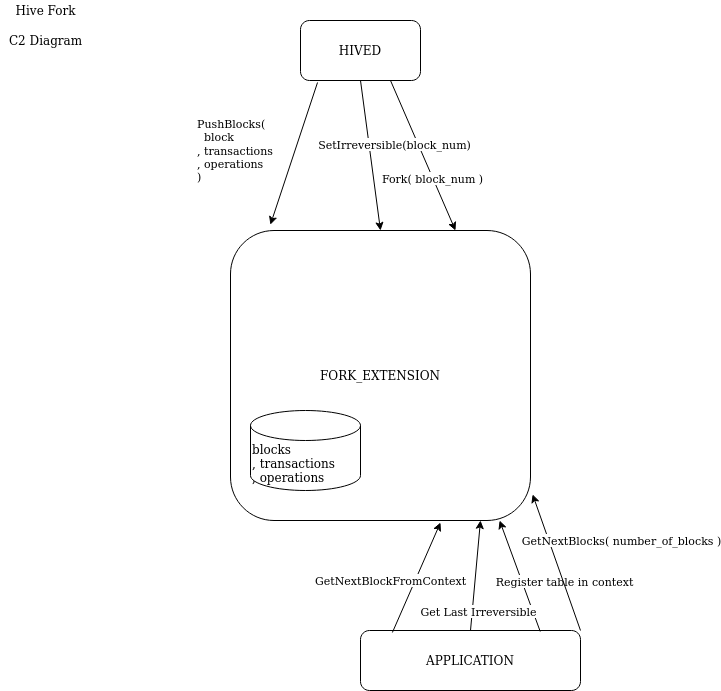
openhive-network/HAfAH keeps this draw.io diagram as doc/c2hiveform.png. Above is the earlier version. Source tidied: cells renumbered, new cells last; positions are measured from the earlier drawing's top-left corner, leaving out a move shared by most shapes. Its diagram source:
```xml
<mxGraphModel>
  <root>
    <mxCell id="0" />
    <mxCell id="1" parent="0" />
    <mxCell id="2" value="HIVED" style="rounded=1;whiteSpace=wrap;html=1;" parent="1" vertex="1">
      <mxGeometry x="300" y="20" width="120" height="60" as="geometry" />
    </mxCell>
    <mxCell id="3" value="FORK_EXTENSION" style="rounded=1;whiteSpace=wrap;html=1;" parent="1" vertex="1">
      <mxGeometry x="230" y="230" width="300" height="290" as="geometry" />
    </mxCell>
    <mxCell id="4" value="&lt;div&gt;blocks&lt;br&gt;&lt;/div&gt;&lt;div&gt;, transactions&lt;/div&gt;&lt;div&gt;, operations&lt;br&gt;&lt;/div&gt;" style="shape=cylinder3;whiteSpace=wrap;html=1;boundedLbl=1;backgroundOutline=1;size=15;align=left;" parent="1" vertex="1">
      <mxGeometry x="250" y="410" width="110" height="80" as="geometry" />
    </mxCell>
    <mxCell id="5" style="endArrow=classic;html=1;entryX=0.75;entryY=0;entryDx=0;entryDy=0;exitX=0.75;exitY=1;exitDx=0;exitDy=0;" parent="1" edge="1" source="2" target="3">
      <mxGeometry relative="1" as="geometry" />
    </mxCell>
    <mxCell id="6" value="Fork( block_num )" style="edgeLabel;html=1;align=center;verticalAlign=middle;" parent="5" vertex="1">
      <mxGeometry x="0.29" y="-1" relative="1" as="geometry" />
    </mxCell>
    <mxCell id="7" style="endArrow=classic;html=1;exitX=0.142;exitY=1.033;exitDx=0;exitDy=0;entryX=0.133;entryY=-0.02;entryDx=0;entryDy=0;entryPerimeter=0;exitPerimeter=0;" parent="1" edge="1" source="2" target="3">
      <mxGeometry relative="1" as="geometry" />
    </mxCell>
    <mxCell id="8" value="&lt;div align=&quot;left&quot;&gt;PushBlocks(&lt;/div&gt;&lt;div align=&quot;left&quot;&gt;&amp;nbsp; block&lt;/div&gt;&lt;div align=&quot;left&quot;&gt;, transactions&lt;/div&gt;&lt;div align=&quot;left&quot;&gt;, operations&lt;/div&gt;&lt;div align=&quot;left&quot;&gt;)&lt;/div&gt;" style="edgeLabel;html=1;align=left;verticalAlign=middle;" parent="7" vertex="1">
      <mxGeometry x="-0.35" relative="1" as="geometry">
        <mxPoint x="-107" y="22" as="offset" />
      </mxGeometry>
    </mxCell>
    <mxCell id="9" value="APPLICATION" style="rounded=1;whiteSpace=wrap;html=1;align=center;" parent="1" vertex="1">
      <mxGeometry x="360" y="630" width="220" height="60" as="geometry" />
    </mxCell>
    <mxCell id="10" style="endArrow=classic;html=1;exitX=0.817;exitY=0.017;exitDx=0;exitDy=0;exitPerimeter=0;entryX=0.897;entryY=1;entryDx=0;entryDy=0;entryPerimeter=0;" parent="1" edge="1" source="9" target="3">
      <mxGeometry relative="1" as="geometry" />
    </mxCell>
    <mxCell id="11" value="Register table in context" style="edgeLabel;html=1;align=center;verticalAlign=middle;" parent="10" vertex="1">
      <mxGeometry x="0.34" y="-2" relative="1" as="geometry">
        <mxPoint x="49" y="24" as="offset" />
      </mxGeometry>
    </mxCell>
    <mxCell id="12" style="endArrow=classic;html=1;exitX=0.5;exitY=0;exitDx=0;exitDy=0;" parent="1" edge="1" source="9">
      <mxGeometry relative="1" as="geometry">
        <mxPoint x="480" y="520" as="targetPoint" />
      </mxGeometry>
    </mxCell>
    <mxCell id="13" value="Get Last Irreversible" style="edgeLabel;html=1;align=center;verticalAlign=middle;" parent="12" vertex="1">
      <mxGeometry x="0.37" y="-2" relative="1" as="geometry">
        <mxPoint x="-1" y="56" as="offset" />
      </mxGeometry>
    </mxCell>
    <mxCell id="14" style="endArrow=classic;html=1;exitX=0.145;exitY=0.033;exitDx=0;exitDy=0;exitPerimeter=0;entryX=0.7;entryY=1.007;entryDx=0;entryDy=0;entryPerimeter=0;" parent="1" edge="1" source="9" target="3">
      <mxGeometry relative="1" as="geometry" />
    </mxCell>
    <mxCell id="15" value="GetNextBlockFromContext" style="edgeLabel;html=1;align=center;verticalAlign=middle;" parent="14" vertex="1">
      <mxGeometry x="-0.42" y="-2" relative="1" as="geometry">
        <mxPoint x="-18" y="-21" as="offset" />
      </mxGeometry>
    </mxCell>
    <mxCell id="16" style="endArrow=classic;html=1;exitX=1;exitY=0;exitDx=0;exitDy=0;entryX=1.007;entryY=0.91;entryDx=0;entryDy=0;entryPerimeter=0;" parent="1" edge="1" source="9" target="3">
      <mxGeometry relative="1" as="geometry" />
    </mxCell>
    <mxCell id="17" value="GetNextBlocks( number_of_blocks )" style="edgeLabel;html=1;align=center;verticalAlign=middle;" parent="16" vertex="1">
      <mxGeometry x="0.46" relative="1" as="geometry">
        <mxPoint x="75" y="9" as="offset" />
      </mxGeometry>
    </mxCell>
    <mxCell id="18" value="C2 Diagram" style="text;html=1;align=center;verticalAlign=middle;strokeColor=none;" parent="1" vertex="1">
      <mxGeometry y="30" width="90" height="20" as="geometry" />
    </mxCell>
    <mxCell id="19" value="Hive Fork" style="text;html=1;align=center;verticalAlign=middle;strokeColor=none;" parent="1" vertex="1">
      <mxGeometry x="5" width="80" height="20" as="geometry" />
    </mxCell>
    <mxCell id="20" style="endArrow=classic;html=1;exitX=0.5;exitY=1;exitDx=0;exitDy=0;entryX=0.5;entryY=0;entryDx=0;entryDy=0;" parent="1" edge="1" source="2" target="3">
      <mxGeometry relative="1" as="geometry" />
    </mxCell>
    <mxCell id="21" value="SetIrreversible(block_num)" style="edgeLabel;html=1;align=center;verticalAlign=middle;" parent="20" vertex="1">
      <mxGeometry x="0.21" relative="1" as="geometry">
        <mxPoint x="21" y="-28" as="offset" />
      </mxGeometry>
    </mxCell>
  </root>
</mxGraphModel>
```
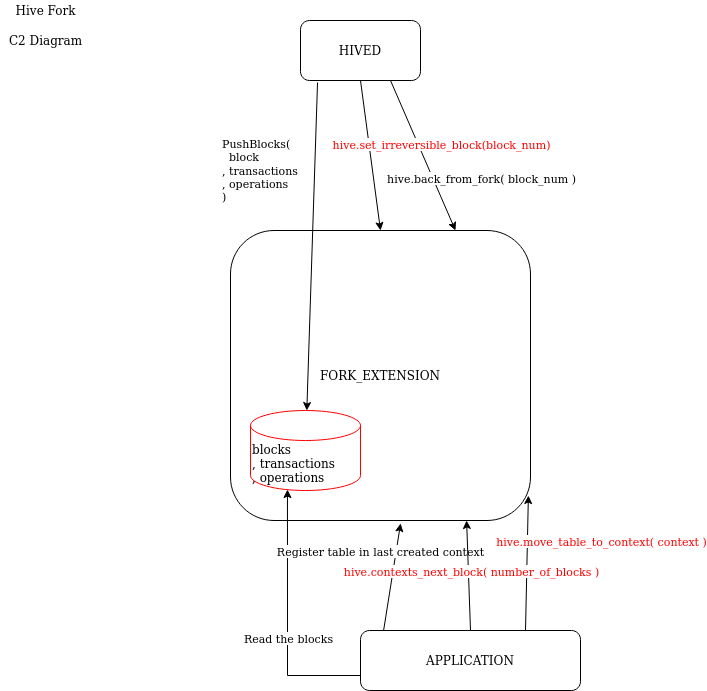
Above is the later version.

Change to the diagram source:
```diff
@@ -8,58 +8,56 @@
     <mxCell id="3" value="FORK_EXTENSION" style="rounded=1;whiteSpace=wrap;html=1;" parent="1" vertex="1">
       <mxGeometry x="230" y="230" width="300" height="290" as="geometry" />
     </mxCell>
-    <mxCell id="4" value="&lt;div&gt;blocks&lt;br&gt;&lt;/div&gt;&lt;div&gt;, transactions&lt;/div&gt;&lt;div&gt;, operations&lt;br&gt;&lt;/div&gt;" style="shape=cylinder3;whiteSpace=wrap;html=1;boundedLbl=1;backgroundOutline=1;size=15;align=left;" parent="1" vertex="1">
+    <mxCell id="4" value="&lt;div&gt;blocks&lt;br&gt;&lt;/div&gt;&lt;div&gt;, transactions&lt;/div&gt;&lt;div&gt;, operations&lt;br&gt;&lt;/div&gt;" style="shape=cylinder3;whiteSpace=wrap;html=1;boundedLbl=1;backgroundOutline=1;size=15;align=left;strokeColor=#FF0000;" parent="1" vertex="1">
       <mxGeometry x="250" y="410" width="110" height="80" as="geometry" />
     </mxCell>
     <mxCell id="5" style="endArrow=classic;html=1;entryX=0.75;entryY=0;entryDx=0;entryDy=0;exitX=0.75;exitY=1;exitDx=0;exitDy=0;" parent="1" edge="1" source="2" target="3">
       <mxGeometry relative="1" as="geometry" />
     </mxCell>
-    <mxCell id="6" value="Fork( block_num )" style="edgeLabel;html=1;align=center;verticalAlign=middle;" parent="5" vertex="1">
-      <mxGeometry x="0.29" y="-1" relative="1" as="geometry" />
+    <mxCell id="6" value="hive.back_from_fork( block_num )" style="edgeLabel;html=1;align=center;verticalAlign=middle;" parent="5" vertex="1">
+      <mxGeometry x="0.29" y="-1" relative="1" as="geometry">
+        <mxPoint x="49" as="offset" />
+      </mxGeometry>
     </mxCell>
-    <mxCell id="7" style="endArrow=classic;html=1;exitX=0.142;exitY=1.033;exitDx=0;exitDy=0;entryX=0.133;entryY=-0.02;entryDx=0;entryDy=0;entryPerimeter=0;exitPerimeter=0;" parent="1" edge="1" source="2" target="3">
+    <mxCell id="7" style="endArrow=classic;html=1;exitX=0.142;exitY=1.033;exitDx=0;exitDy=0;exitPerimeter=0;" parent="1" edge="1" source="2" target="4">
       <mxGeometry relative="1" as="geometry" />
     </mxCell>
     <mxCell id="8" value="&lt;div align=&quot;left&quot;&gt;PushBlocks(&lt;/div&gt;&lt;div align=&quot;left&quot;&gt;&amp;nbsp; block&lt;/div&gt;&lt;div align=&quot;left&quot;&gt;, transactions&lt;/div&gt;&lt;div align=&quot;left&quot;&gt;, operations&lt;/div&gt;&lt;div align=&quot;left&quot;&gt;)&lt;/div&gt;" style="edgeLabel;html=1;align=left;verticalAlign=middle;" parent="7" vertex="1">
       <mxGeometry x="-0.35" relative="1" as="geometry">
-        <mxPoint x="-107" y="22" as="offset" />
+        <mxPoint x="-94" y="-18" as="offset" />
       </mxGeometry>
     </mxCell>
+    <mxCell id="22" style="edgeStyle=orthogonalEdgeStyle;rounded=0;jettySize=auto;html=1;exitX=0;exitY=0.75;exitDx=0;exitDy=0;entryX=0.336;entryY=0.988;entryDx=0;entryDy=0;entryPerimeter=0;" parent="1" edge="1" source="9" target="4">
+      <mxGeometry relative="1" as="geometry" />
+    </mxCell>
+    <mxCell id="23" value="Read the blocks" style="edgeLabel;html=1;align=center;verticalAlign=middle;" parent="22" vertex="1">
+      <mxGeometry x="-0.15" y="-1" relative="1" as="geometry" />
+    </mxCell>
+    <mxCell id="14" style="rounded=0;jettySize=auto;html=1;exitX=0.75;exitY=0;exitDx=0;exitDy=0;entryX=0.993;entryY=0.914;entryDx=0;entryDy=0;entryPerimeter=0;fontColor=#FF0000;" parent="1" edge="1" source="9" target="3">
+      <mxGeometry relative="1" as="geometry" />
+    </mxCell>
+    <mxCell id="24" value="hive.move_table_to_context( context )" style="edgeLabel;html=1;align=center;verticalAlign=middle;fontColor=#FF0000;" parent="14" vertex="1">
+      <mxGeometry x="0.45" y="-2" relative="1" as="geometry">
+        <mxPoint x="71" y="8" as="offset" />
+      </mxGeometry>
+    </mxCell>
     <mxCell id="9" value="APPLICATION" style="rounded=1;whiteSpace=wrap;html=1;align=center;" parent="1" vertex="1">
       <mxGeometry x="360" y="630" width="220" height="60" as="geometry" />
     </mxCell>
-    <mxCell id="10" style="endArrow=classic;html=1;exitX=0.817;exitY=0.017;exitDx=0;exitDy=0;exitPerimeter=0;entryX=0.897;entryY=1;entryDx=0;entryDy=0;entryPerimeter=0;" parent="1" edge="1" source="9" target="3">
+    <mxCell id="10" style="endArrow=classic;html=1;exitX=0.105;exitY=0;exitDx=0;exitDy=0;exitPerimeter=0;entryX=0.567;entryY=1.01;entryDx=0;entryDy=0;entryPerimeter=0;" parent="1" edge="1" source="9" target="3">
       <mxGeometry relative="1" as="geometry" />
     </mxCell>
-    <mxCell id="11" value="Register table in context" style="edgeLabel;html=1;align=center;verticalAlign=middle;" parent="10" vertex="1">
+    <mxCell id="11" value="Register table in last created context" style="edgeLabel;html=1;align=center;verticalAlign=middle;" parent="10" vertex="1">
       <mxGeometry x="0.34" y="-2" relative="1" as="geometry">
-        <mxPoint x="49" y="24" as="offset" />
+        <mxPoint x="-17" y="-8" as="offset" />
       </mxGeometry>
     </mxCell>
-    <mxCell id="12" style="endArrow=classic;html=1;exitX=0.5;exitY=0;exitDx=0;exitDy=0;" parent="1" edge="1" source="9">
-      <mxGeometry relative="1" as="geometry">
-        <mxPoint x="480" y="520" as="targetPoint" />
-      </mxGeometry>
-    </mxCell>
-    <mxCell id="13" value="Get Last Irreversible" style="edgeLabel;html=1;align=center;verticalAlign=middle;" parent="12" vertex="1">
-      <mxGeometry x="0.37" y="-2" relative="1" as="geometry">
-        <mxPoint x="-1" y="56" as="offset" />
-      </mxGeometry>
-    </mxCell>
-    <mxCell id="14" style="endArrow=classic;html=1;exitX=0.145;exitY=0.033;exitDx=0;exitDy=0;exitPerimeter=0;entryX=0.7;entryY=1.007;entryDx=0;entryDy=0;entryPerimeter=0;" parent="1" edge="1" source="9" target="3">
-      <mxGeometry relative="1" as="geometry" />
-    </mxCell>
-    <mxCell id="15" value="GetNextBlockFromContext" style="edgeLabel;html=1;align=center;verticalAlign=middle;" parent="14" vertex="1">
-      <mxGeometry x="-0.42" y="-2" relative="1" as="geometry">
-        <mxPoint x="-18" y="-21" as="offset" />
-      </mxGeometry>
-    </mxCell>
-    <mxCell id="16" style="endArrow=classic;html=1;exitX=1;exitY=0;exitDx=0;exitDy=0;entryX=1.007;entryY=0.91;entryDx=0;entryDy=0;entryPerimeter=0;" parent="1" edge="1" source="9" target="3">
+    <mxCell id="16" style="endArrow=classic;html=1;exitX=0.5;exitY=0;exitDx=0;exitDy=0;entryX=0.787;entryY=1;entryDx=0;entryDy=0;entryPerimeter=0;" parent="1" edge="1" source="9" target="3">
       <mxGeometry relative="1" as="geometry" />
     </mxCell>
-    <mxCell id="17" value="GetNextBlocks( number_of_blocks )" style="edgeLabel;html=1;align=center;verticalAlign=middle;" parent="16" vertex="1">
+    <mxCell id="17" value="hive.contexts_next_block( number_of_blocks )" style="edgeLabel;html=1;align=center;verticalAlign=middle;fontColor=#FF0000;" parent="16" vertex="1">
       <mxGeometry x="0.46" relative="1" as="geometry">
-        <mxPoint x="75" y="9" as="offset" />
+        <mxPoint x="3" y="20" as="offset" />
       </mxGeometry>
     </mxCell>
     <mxCell id="18" value="C2 Diagram" style="text;html=1;align=center;verticalAlign=middle;strokeColor=none;" parent="1" vertex="1">
@@ -71,9 +69,9 @@
     <mxCell id="20" style="endArrow=classic;html=1;exitX=0.5;exitY=1;exitDx=0;exitDy=0;entryX=0.5;entryY=0;entryDx=0;entryDy=0;" parent="1" edge="1" source="2" target="3">
       <mxGeometry relative="1" as="geometry" />
     </mxCell>
-    <mxCell id="21" value="SetIrreversible(block_num)" style="edgeLabel;html=1;align=center;verticalAlign=middle;" parent="20" vertex="1">
+    <mxCell id="21" value="hive.set_irreversible_block(block_num)" style="edgeLabel;html=1;align=center;verticalAlign=middle;fontColor=#FF0000;" parent="20" vertex="1">
       <mxGeometry x="0.21" relative="1" as="geometry">
-        <mxPoint x="21" y="-28" as="offset" />
+        <mxPoint x="68" y="-28" as="offset" />
       </mxGeometry>
     </mxCell>
   </root>
```
